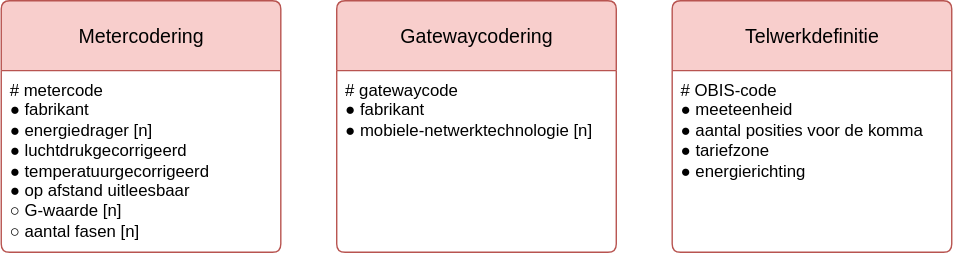
Netbeheer-Nederland/stelsel keeps this draw.io diagram as registers/meetcomponentstandaardenregister/1.0/meetcomponentstandaardenregister.drawio.svg. Above is the earlier version. Source tidied: cells renumbered, new cells last; positions are measured from the earlier drawing's top-left corner, leaving out a move shared by most shapes.
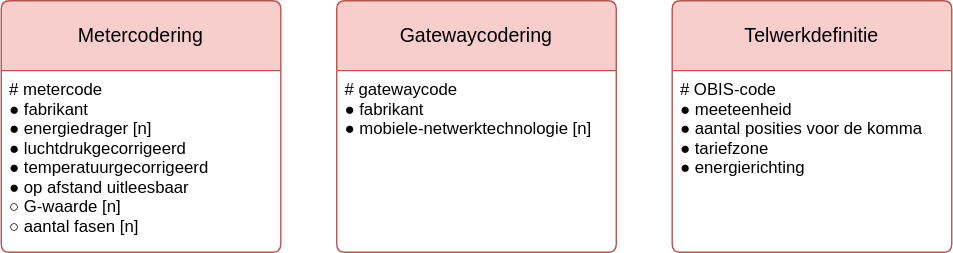
Above is the later version.

Diff of the diagram source:
```diff
@@ -2,22 +2,22 @@
   <root>
     <mxCell id="0" />
     <mxCell id="1" parent="0" />
-    <mxCell id="2" value="&lt;div&gt;Metercodering&lt;/div&gt;" style="swimlane;horizontal=1;startSize=50;rounded=1;fontSize=14;fontStyle=0;strokeWidth=1;shadow=0;dashed=0;align=center;fillColor=#f8cecc;strokeColor=#b85450;arcSize=4;whiteSpace=wrap;html=1;" parent="1" vertex="1">
+    <mxCell id="2" value="Metercodering" style="swimlane;horizontal=1;startSize=50;rounded=1;fontSize=14;fontStyle=0;strokeWidth=1;shadow=0;dashed=0;align=center;fillColor=#f8cecc;strokeColor=#b85450;arcSize=4;whiteSpace=wrap;" parent="1" vertex="1">
       <mxGeometry width="200" height="180" as="geometry" />
     </mxCell>
-    <mxCell id="3" value="# metercode&lt;div&gt;&lt;div&gt;&lt;span style=&quot;background-color: transparent; color: light-dark(rgb(0, 0, 0), rgb(255, 255, 255));&quot;&gt;● fabrikant&lt;/span&gt;&lt;/div&gt;&lt;div&gt;● energiedrager [n]&lt;/div&gt;&lt;div&gt;&lt;span style=&quot;background-color: transparent; color: light-dark(rgb(0, 0, 0), rgb(255, 255, 255));&quot;&gt;● luchtdrukgecorrigeerd&lt;/span&gt;&lt;/div&gt;&lt;div&gt;&lt;div&gt;● temperatuurgecorrigeerd&lt;/div&gt;&lt;/div&gt;&lt;div&gt;● op afstand uitleesbaar&lt;/div&gt;&lt;/div&gt;&lt;div&gt;&lt;span style=&quot;background-color: transparent; color: light-dark(rgb(0, 0, 0), rgb(255, 255, 255));&quot;&gt;○&amp;nbsp;&lt;/span&gt;G-waarde [n]&lt;/div&gt;&lt;div&gt;&lt;span style=&quot;background-color: transparent; color: light-dark(rgb(0, 0, 0), rgb(255, 255, 255));&quot;&gt;○&amp;nbsp;&lt;/span&gt;aantal fasen [n]&lt;/div&gt;" style="align=left;strokeColor=none;fillColor=none;spacingLeft=4;fontSize=12;verticalAlign=top;fontStyle=0;html=1;" parent="2" vertex="1">
+    <mxCell id="3" value="# metercode&#10;● fabrikant&#10;● energiedrager [n]&#10;● luchtdrukgecorrigeerd&#10;● temperatuurgecorrigeerd&#10;● op afstand uitleesbaar&#10;○ G-waarde [n]&#10;○ aantal fasen [n]" style="align=left;strokeColor=none;fillColor=none;spacingLeft=4;fontSize=12;verticalAlign=top;fontStyle=0;" parent="2" vertex="1">
       <mxGeometry y="50" width="200" height="130" as="geometry" />
     </mxCell>
-    <mxCell id="4" value="&lt;div&gt;Gatewaycodering&lt;/div&gt;" style="swimlane;horizontal=1;startSize=50;rounded=1;fontSize=14;fontStyle=0;strokeWidth=1;shadow=0;dashed=0;align=center;fillColor=#f8cecc;strokeColor=#b85450;arcSize=4;whiteSpace=wrap;html=1;" parent="1" vertex="1">
+    <mxCell id="4" value="Gatewaycodering" style="swimlane;horizontal=1;startSize=50;rounded=1;fontSize=14;fontStyle=0;strokeWidth=1;shadow=0;dashed=0;align=center;fillColor=#f8cecc;strokeColor=#b85450;arcSize=4;whiteSpace=wrap;" parent="1" vertex="1">
       <mxGeometry x="240" width="200" height="180" as="geometry" />
     </mxCell>
-    <mxCell id="5" value="&lt;div&gt;# gatewaycode&lt;/div&gt;&lt;div&gt;● fabrikant&lt;/div&gt;&lt;div&gt;● mobiele-netwerktechnologie [n]&lt;/div&gt;" style="align=left;strokeColor=none;fillColor=none;spacingLeft=4;fontSize=12;verticalAlign=top;fontStyle=0;html=1;" parent="4" vertex="1">
+    <mxCell id="5" value="# gatewaycode&#10;● fabrikant&#10;● mobiele-netwerktechnologie [n]" style="align=left;strokeColor=none;fillColor=none;spacingLeft=4;fontSize=12;verticalAlign=top;fontStyle=0;" parent="4" vertex="1">
       <mxGeometry y="50" width="200" height="130" as="geometry" />
     </mxCell>
-    <mxCell id="6" value="Telwerkdefinitie" style="swimlane;horizontal=1;startSize=50;rounded=1;fontSize=14;fontStyle=0;strokeWidth=1;shadow=0;dashed=0;align=center;fillColor=#f8cecc;strokeColor=#b85450;arcSize=4;whiteSpace=wrap;html=1;gradientDirection=west;" parent="1" vertex="1">
+    <mxCell id="6" value="Telwerkdefinitie" style="swimlane;horizontal=1;startSize=50;rounded=1;fontSize=14;fontStyle=0;strokeWidth=1;shadow=0;dashed=0;align=center;fillColor=#f8cecc;strokeColor=#b85450;arcSize=4;whiteSpace=wrap;gradientDirection=west;" parent="1" vertex="1">
       <mxGeometry x="480" width="200" height="180" as="geometry" />
     </mxCell>
-    <mxCell id="7" value="# OBIS-code&lt;br&gt;● meeteenheid&lt;br&gt;●&amp;nbsp;aantal posities voor de&amp;nbsp;&lt;span style=&quot;background-color: initial;&quot;&gt;komma&lt;/span&gt;&lt;div&gt;&lt;span style=&quot;background-color: initial;&quot;&gt;●&amp;nbsp;&lt;/span&gt;&lt;span style=&quot;background-color: initial;&quot;&gt;tariefzone&lt;/span&gt;&lt;div&gt;●&amp;nbsp;energierichting&lt;br&gt;&lt;/div&gt;&lt;/div&gt;" style="align=left;strokeColor=none;fillColor=none;spacingLeft=4;fontSize=12;verticalAlign=top;html=1;" parent="6" vertex="1">
+    <mxCell id="7" value="# OBIS-code&#10;● meeteenheid&#10;● aantal posities voor de komma&#10;● tariefzone&#10;● energierichting&#10;" style="align=left;strokeColor=none;fillColor=none;spacingLeft=4;fontSize=12;verticalAlign=top;" parent="6" vertex="1">
       <mxGeometry y="50" width="200" height="130" as="geometry" />
     </mxCell>
   </root>
```
